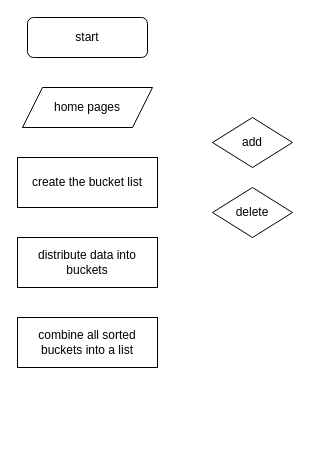
This is flowchart.drawio from SaniyaIzza/Saniya-Daily_Planner, a draw.io file, before an edit. Source tidied: cells renumbered, new cells numbered last; positions are measured from the earlier drawing's top-left corner, leaving out a move shared by most shapes. Both pictures are drawn from the tidied source at 100%, with x=0, y=0 at pixel (17, 17).
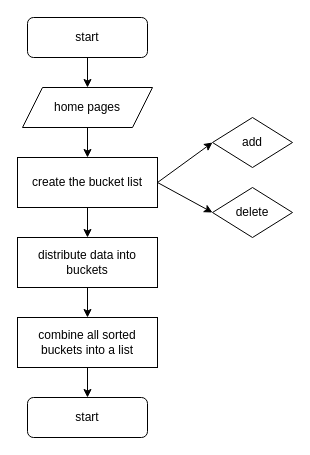
After the change.

Commit message:
complate flowchart

What changed in the source:
```diff
@@
 <mxGraphModel>
   <root>
     <mxCell id="0" />
     <mxCell id="1" parent="0" />
+    <mxCell id="9" style="edgeStyle=none;html=1;exitX=0.5;exitY=1;exitDx=0;exitDy=0;" parent="1" edge="1" source="2" target="3">
+      <mxGeometry relative="1" as="geometry" />
+    </mxCell>
     <mxCell id="2" value="start" style="rounded=1;whiteSpace=wrap;html=1;" parent="1" vertex="1">
       <mxGeometry x="10" width="120" height="40" as="geometry" />
     </mxCell>
+    <mxCell id="10" style="edgeStyle=none;html=1;exitX=0.5;exitY=1;exitDx=0;exitDy=0;entryX=0.5;entryY=0;entryDx=0;entryDy=0;" parent="1" edge="1" source="3" target="4">
+      <mxGeometry relative="1" as="geometry" />
+    </mxCell>
     <mxCell id="3" value="home pages" style="shape=parallelogram;perimeter=parallelogramPerimeter;whiteSpace=wrap;html=1;fixedSize=1;" parent="1" vertex="1">
       <mxGeometry x="5" y="70" width="130" height="40" as="geometry" />
     </mxCell>
+    <mxCell id="11" style="edgeStyle=none;html=1;exitX=0.5;exitY=1;exitDx=0;exitDy=0;entryX=0.5;entryY=0;entryDx=0;entryDy=0;" parent="1" edge="1" source="4" target="7">
+      <mxGeometry relative="1" as="geometry" />
+    </mxCell>
+    <mxCell id="12" style="edgeStyle=none;html=1;exitX=1;exitY=0.5;exitDx=0;exitDy=0;entryX=0;entryY=0.5;entryDx=0;entryDy=0;" parent="1" edge="1" source="4" target="5">
+      <mxGeometry relative="1" as="geometry" />
+    </mxCell>
+    <mxCell id="13" style="edgeStyle=none;html=1;exitX=1;exitY=0.5;exitDx=0;exitDy=0;entryX=0;entryY=0.5;entryDx=0;entryDy=0;" parent="1" edge="1" source="4" target="6">
+      <mxGeometry relative="1" as="geometry" />
+    </mxCell>
     <mxCell id="4" value="create the bucket list" style="rounded=0;whiteSpace=wrap;html=1;" parent="1" vertex="1">
       <mxGeometry y="140" width="140" height="50" as="geometry" />
     </mxCell>
     <mxCell id="5" value="add" style="rhombus;whiteSpace=wrap;html=1;" parent="1" vertex="1">
       <mxGeometry x="195" y="100" width="80" height="50" as="geometry" />
     </mxCell>
     <mxCell id="6" value="delete" style="rhombus;whiteSpace=wrap;html=1;" parent="1" vertex="1">
       <mxGeometry x="195" y="170" width="80" height="50" as="geometry" />
     </mxCell>
+    <mxCell id="14" style="edgeStyle=none;html=1;exitX=0.5;exitY=1;exitDx=0;exitDy=0;entryX=0.5;entryY=0;entryDx=0;entryDy=0;" parent="1" edge="1" source="7" target="8">
+      <mxGeometry relative="1" as="geometry" />
+    </mxCell>
     <mxCell id="7" value="distribute data into buckets" style="rounded=0;whiteSpace=wrap;html=1;" parent="1" vertex="1">
       <mxGeometry y="220" width="140" height="50" as="geometry" />
     </mxCell>
+    <mxCell id="15" style="edgeStyle=none;html=1;exitX=0.5;exitY=1;exitDx=0;exitDy=0;entryX=0.5;entryY=0;entryDx=0;entryDy=0;" parent="1" edge="1" source="8" target="16">
+      <mxGeometry relative="1" as="geometry" />
+    </mxCell>
     <mxCell id="8" value="combine all sorted buckets into a list" style="rounded=0;whiteSpace=wrap;html=1;" parent="1" vertex="1">
       <mxGeometry y="300" width="140" height="50" as="geometry" />
     </mxCell>
+    <mxCell id="16" value="start" style="rounded=1;whiteSpace=wrap;html=1;" parent="1" vertex="1">
+      <mxGeometry x="10" y="380" width="120" height="40" as="geometry" />
+    </mxCell>
   </root>
 </mxGraphModel>
```
